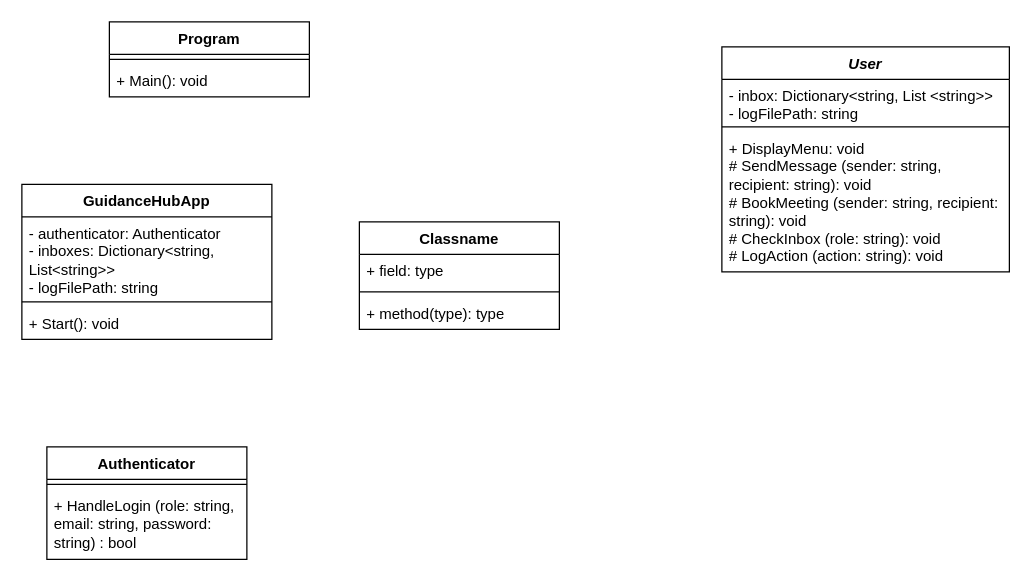
551462-Design-Develop-Deploy-24-25/001-port-individual-software-project-portfolio-MMukhtar1885 keeps this draw.io diagram as DIAGRAMS/Class Diagram.drawio. Above is the earlier version. Source tidied: cells renumbered, new cells numbered last; positions are measured from the earlier drawing's top-left corner, leaving out a move shared by most shapes. Both pictures are drawn from the tidied source at 125%, with x=0, y=0 at pixel (21, 21).
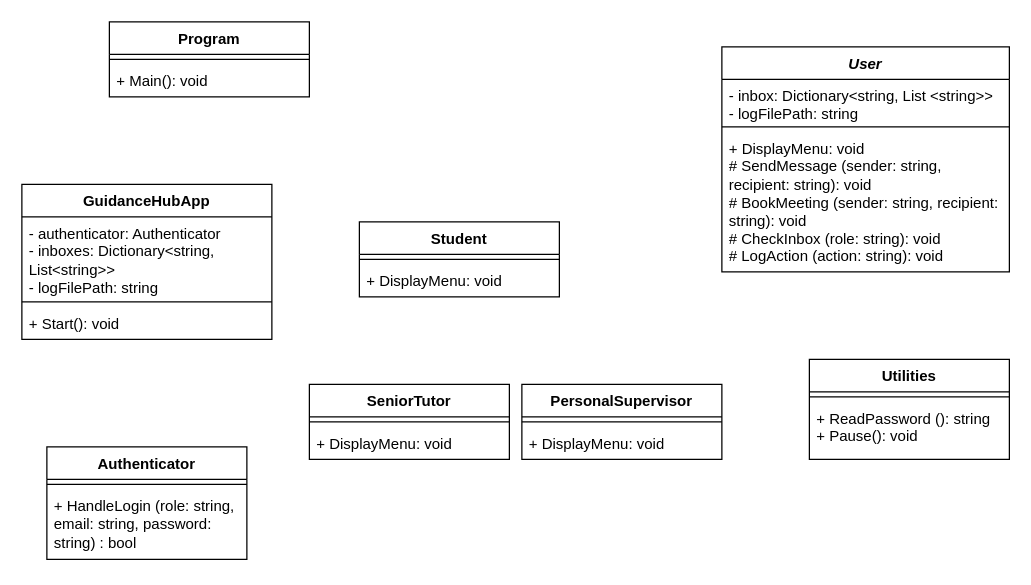
The same diagram, later.

Change to the diagram source:
```diff
@@
-    <mxCell id="16" value="Classname" style="swimlane;fontStyle=1;align=center;verticalAlign=top;horizontal=1;startSize=26;whiteSpace=wrap;html=1;" parent="1" vertex="1">
-      <mxGeometry x="270" y="160" width="160" height="86" as="geometry" />
+    <mxCell id="16" value="Student" style="swimlane;fontStyle=1;align=center;verticalAlign=top;horizontal=1;startSize=26;whiteSpace=wrap;html=1;" parent="1" vertex="1">
+      <mxGeometry x="270" y="160" width="160" height="60" as="geometry" />
     </mxCell>
-    <mxCell id="17" value="+ field: type" style="text;strokeColor=none;fillColor=none;align=left;verticalAlign=top;spacingLeft=4;spacingRight=4;overflow=hidden;whiteSpace=wrap;html=1;" parent="16" vertex="1">
-      <mxGeometry y="26" width="160" height="26" as="geometry" />
-    </mxCell>
     <mxCell id="18" style="line;strokeWidth=1;fillColor=none;align=left;verticalAlign=middle;spacingTop=-1;spacingLeft=3;spacingRight=3;labelPosition=right;strokeColor=inherit;" parent="16" vertex="1">
-      <mxGeometry y="52" width="160" height="8" as="geometry" />
+      <mxGeometry y="26" width="160" height="8" as="geometry" />
     </mxCell>
-    <mxCell id="19" value="+ method(type): type" style="text;strokeColor=none;fillColor=none;align=left;verticalAlign=top;spacingLeft=4;spacingRight=4;overflow=hidden;whiteSpace=wrap;html=1;" parent="16" vertex="1">
-      <mxGeometry y="60" width="160" height="26" as="geometry" />
+    <mxCell id="19" value="+ DisplayMenu: void" style="text;strokeColor=none;fillColor=none;align=left;verticalAlign=top;spacingLeft=4;spacingRight=4;overflow=hidden;whiteSpace=wrap;html=1;" parent="16" vertex="1">
+      <mxGeometry y="34" width="160" height="26" as="geometry" />
     </mxCell>
+    <mxCell id="20" value="PersonalSupervisor" style="swimlane;fontStyle=1;align=center;verticalAlign=top;horizontal=1;startSize=26;whiteSpace=wrap;html=1;" parent="1" vertex="1">
+      <mxGeometry x="400" y="290" width="160" height="60" as="geometry" />
+    </mxCell>
+    <mxCell id="21" style="line;strokeWidth=1;fillColor=none;align=left;verticalAlign=middle;spacingTop=-1;spacingLeft=3;spacingRight=3;labelPosition=right;strokeColor=inherit;" parent="20" vertex="1">
+      <mxGeometry y="26" width="160" height="8" as="geometry" />
+    </mxCell>
+    <mxCell id="22" value="+ DisplayMenu: void" style="text;strokeColor=none;fillColor=none;align=left;verticalAlign=top;spacingLeft=4;spacingRight=4;overflow=hidden;whiteSpace=wrap;html=1;" parent="20" vertex="1">
+      <mxGeometry y="34" width="160" height="26" as="geometry" />
+    </mxCell>
+    <mxCell id="23" value="SeniorTutor" style="swimlane;fontStyle=1;align=center;verticalAlign=top;horizontal=1;startSize=26;whiteSpace=wrap;html=1;" parent="1" vertex="1">
+      <mxGeometry x="230" y="290" width="160" height="60" as="geometry" />
+    </mxCell>
+    <mxCell id="24" style="line;strokeWidth=1;fillColor=none;align=left;verticalAlign=middle;spacingTop=-1;spacingLeft=3;spacingRight=3;labelPosition=right;strokeColor=inherit;" parent="23" vertex="1">
+      <mxGeometry y="26" width="160" height="8" as="geometry" />
+    </mxCell>
+    <mxCell id="25" value="+ DisplayMenu: void" style="text;strokeColor=none;fillColor=none;align=left;verticalAlign=top;spacingLeft=4;spacingRight=4;overflow=hidden;whiteSpace=wrap;html=1;" parent="23" vertex="1">
+      <mxGeometry y="34" width="160" height="26" as="geometry" />
+    </mxCell>
+    <mxCell id="26" value="Utilities" style="swimlane;fontStyle=1;align=center;verticalAlign=top;horizontal=1;startSize=26;whiteSpace=wrap;html=1;" parent="1" vertex="1">
+      <mxGeometry x="630" y="270" width="160" height="80" as="geometry" />
+    </mxCell>
+    <mxCell id="27" style="line;strokeWidth=1;fillColor=none;align=left;verticalAlign=middle;spacingTop=-1;spacingLeft=3;spacingRight=3;labelPosition=right;strokeColor=inherit;" parent="26" vertex="1">
+      <mxGeometry y="26" width="160" height="8" as="geometry" />
+    </mxCell>
+    <mxCell id="28" value="+ ReadPassword (): string&lt;div&gt;+ Pause(): void&lt;/div&gt;" style="text;strokeColor=none;fillColor=none;align=left;verticalAlign=top;spacingLeft=4;spacingRight=4;overflow=hidden;whiteSpace=wrap;html=1;" parent="26" vertex="1">
+      <mxGeometry y="34" width="160" height="46" as="geometry" />
+    </mxCell>
```
